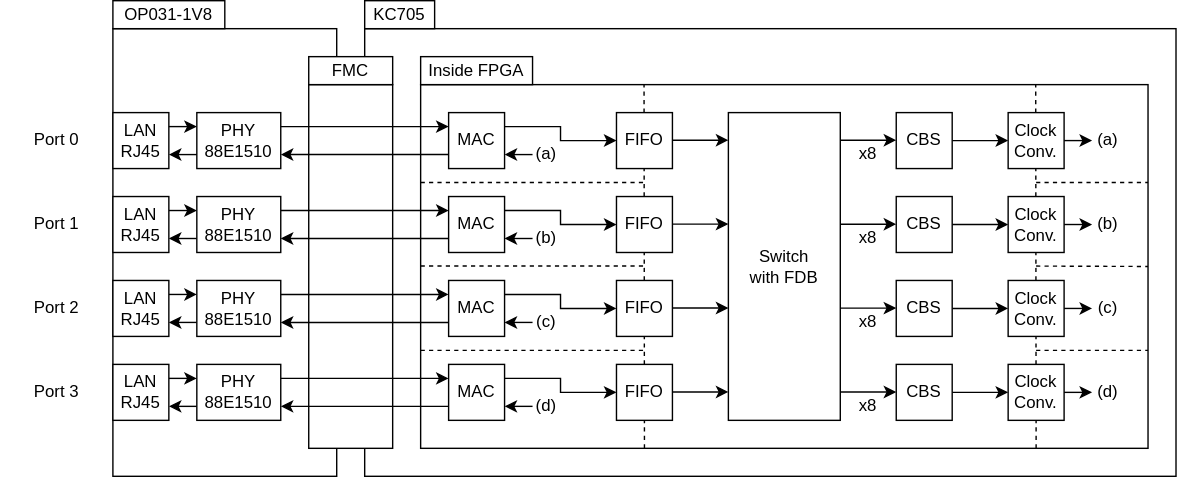
Above: docs/cbs-switch/img/overwiew_cbs-switch.drawio.svg in CCIRT/aist-tsn-switch (draw.io), before the change. Source tidied: cells renumbered, new cells last; positions are measured from the earlier drawing's top-left corner, leaving out a move shared by most shapes.
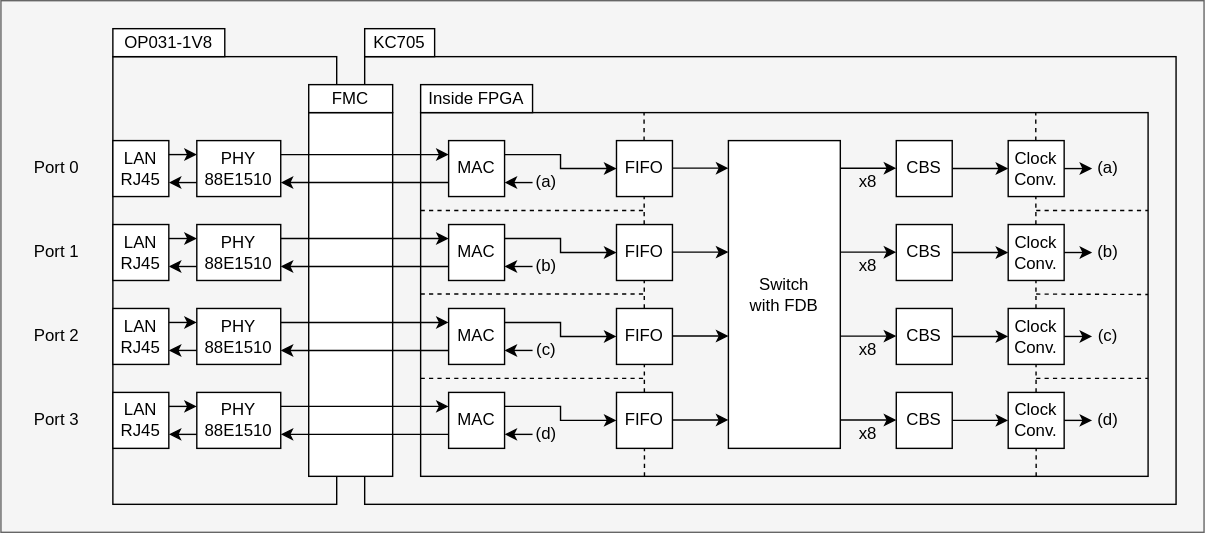
Later version of the same file.

What changed in the source:
```diff
@@ -2,6 +2,9 @@
   <root>
     <mxCell id="0" />
     <mxCell id="1" parent="0" />
+    <mxCell id="99" style="rounded=0;whiteSpace=wrap;html=1;fillColor=#f5f5f5;fontColor=#333333;strokeColor=#666666;" parent="1" vertex="1">
+      <mxGeometry y="-20" width="860" height="380" as="geometry" />
+    </mxCell>
     <mxCell id="2" style="endArrow=none;html=1;rounded=0;dashed=1;" parent="1" edge="1">
       <mxGeometry relative="1" as="geometry">
         <mxPoint x="460" y="320" as="sourcePoint" />
```
